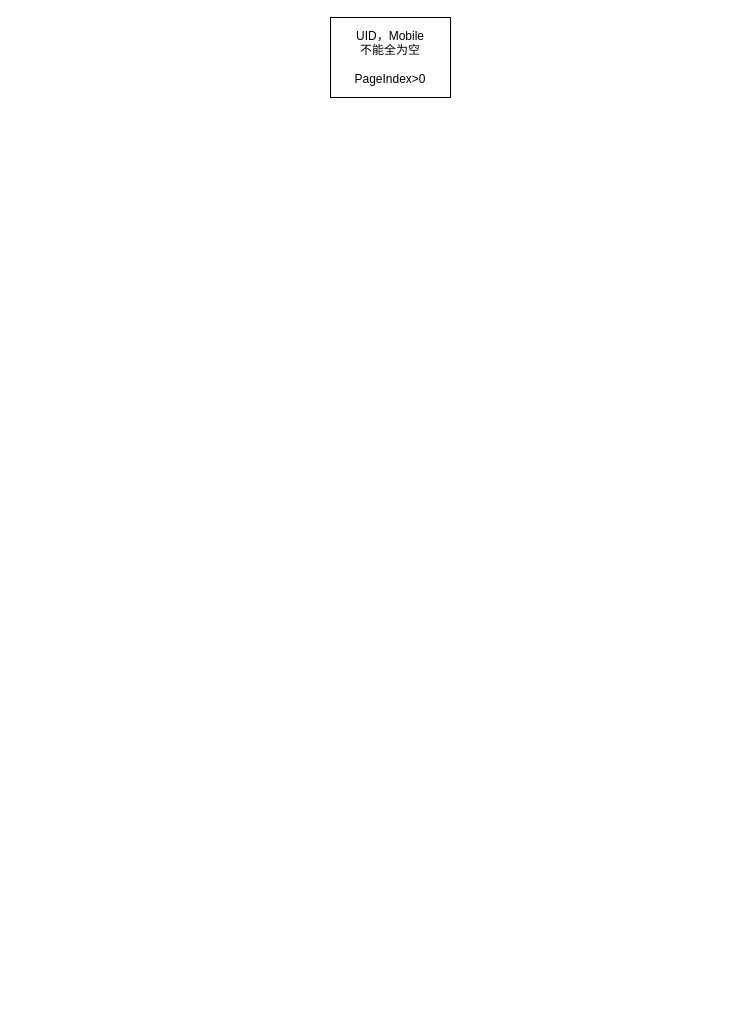
The draw.io diagram page "SearchOrder" (5 of 8) of ctrip.drawio in Echidnaaa/draw, before the edit. Source tidied: cells renumbered, new cells numbered last; positions are measured from the earlier drawing's top-left corner, leaving out a move shared by most shapes. Both pictures are drawn from the tidied source at 100%, with x=0, y=0 at pixel (330, 17).
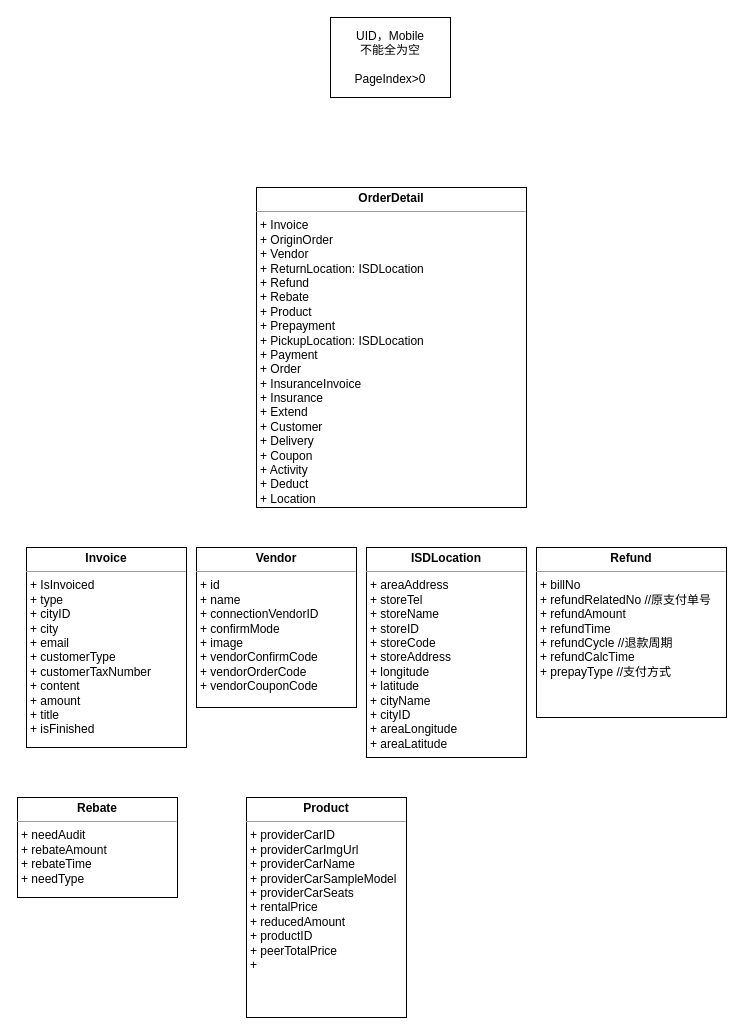
The same page after the edit.

What changed in the source:
```diff
@@
 <mxGraphModel>
   <root>
     <mxCell id="0" />
     <mxCell id="1" parent="0" />
     <mxCell id="2" value="UID，Mobile&lt;br&gt;不能全为空&lt;br&gt;&lt;br&gt;PageIndex&amp;gt;0" style="rounded=0;whiteSpace=wrap;html=1;" parent="1" vertex="1">
       <mxGeometry width="120" height="80" as="geometry" />
     </mxCell>
+    <mxCell id="3" value="&lt;p style=&quot;margin: 0px ; margin-top: 4px ; text-align: center&quot;&gt;&lt;b&gt;OrderDetail&lt;/b&gt;&lt;/p&gt;&lt;hr size=&quot;1&quot;&gt;&lt;p style=&quot;margin: 0px ; margin-left: 4px&quot;&gt;+ Invoice&lt;/p&gt;&lt;p style=&quot;margin: 0px ; margin-left: 4px&quot;&gt;+ OriginOrder&lt;br&gt;+ Vendor&lt;br&gt;+ ReturnLocation: ISDLocation&lt;/p&gt;&lt;p style=&quot;margin: 0px ; margin-left: 4px&quot;&gt;+ Refund&lt;/p&gt;&lt;p style=&quot;margin: 0px ; margin-left: 4px&quot;&gt;+ Rebate&lt;/p&gt;&lt;p style=&quot;margin: 0px ; margin-left: 4px&quot;&gt;+ Product&lt;/p&gt;&lt;p style=&quot;margin: 0px ; margin-left: 4px&quot;&gt;+ Prepayment&lt;/p&gt;&lt;p style=&quot;margin: 0px ; margin-left: 4px&quot;&gt;+ PickupLocation: ISDLocation&lt;/p&gt;&lt;p style=&quot;margin: 0px ; margin-left: 4px&quot;&gt;+ Payment&lt;/p&gt;&lt;p style=&quot;margin: 0px ; margin-left: 4px&quot;&gt;+ Order&lt;/p&gt;&lt;p style=&quot;margin: 0px ; margin-left: 4px&quot;&gt;+ InsuranceInvoice&lt;/p&gt;&lt;p style=&quot;margin: 0px ; margin-left: 4px&quot;&gt;+ Insurance&lt;/p&gt;&lt;p style=&quot;margin: 0px ; margin-left: 4px&quot;&gt;+ Extend&lt;/p&gt;&lt;p style=&quot;margin: 0px ; margin-left: 4px&quot;&gt;+ Customer&lt;/p&gt;&lt;p style=&quot;margin: 0px ; margin-left: 4px&quot;&gt;+ Delivery&lt;/p&gt;&lt;p style=&quot;margin: 0px ; margin-left: 4px&quot;&gt;+ Coupon&lt;/p&gt;&lt;p style=&quot;margin: 0px ; margin-left: 4px&quot;&gt;+ Activity&lt;/p&gt;&lt;p style=&quot;margin: 0px ; margin-left: 4px&quot;&gt;+ Deduct&lt;/p&gt;&lt;p style=&quot;margin: 0px ; margin-left: 4px&quot;&gt;+ Location&lt;/p&gt;&lt;p style=&quot;margin: 0px ; margin-left: 4px&quot;&gt;&lt;br&gt;&lt;/p&gt;" style="verticalAlign=top;align=left;overflow=fill;fontSize=12;fontFamily=Helvetica;html=1;" parent="1" vertex="1">
+      <mxGeometry x="-74" y="170" width="270" height="320" as="geometry" />
+    </mxCell>
+    <mxCell id="4" value="&lt;p style=&quot;margin: 0px ; margin-top: 4px ; text-align: center&quot;&gt;&lt;b&gt;Invoice&lt;/b&gt;&lt;/p&gt;&lt;hr size=&quot;1&quot;&gt;&lt;p style=&quot;margin: 0px ; margin-left: 4px&quot;&gt;+ IsInvoiced&lt;/p&gt;&lt;p style=&quot;margin: 0px ; margin-left: 4px&quot;&gt;+ type&lt;/p&gt;&lt;p style=&quot;margin: 0px ; margin-left: 4px&quot;&gt;+ cityID&lt;/p&gt;&lt;p style=&quot;margin: 0px ; margin-left: 4px&quot;&gt;+ city&lt;/p&gt;&lt;p style=&quot;margin: 0px ; margin-left: 4px&quot;&gt;+ email&lt;/p&gt;&lt;p style=&quot;margin: 0px ; margin-left: 4px&quot;&gt;+ customerType&lt;/p&gt;&lt;p style=&quot;margin: 0px ; margin-left: 4px&quot;&gt;+ customerTaxNumber&lt;/p&gt;&lt;p style=&quot;margin: 0px ; margin-left: 4px&quot;&gt;+ content&lt;/p&gt;&lt;p style=&quot;margin: 0px ; margin-left: 4px&quot;&gt;+ amount&lt;/p&gt;&lt;p style=&quot;margin: 0px ; margin-left: 4px&quot;&gt;+ title&lt;/p&gt;&lt;p style=&quot;margin: 0px ; margin-left: 4px&quot;&gt;+ isFinished&lt;/p&gt;" style="verticalAlign=top;align=left;overflow=fill;fontSize=12;fontFamily=Helvetica;html=1;" parent="1" vertex="1">
+      <mxGeometry x="-304" y="530" width="160" height="200" as="geometry" />
+    </mxCell>
+    <mxCell id="5" value="&lt;p style=&quot;margin: 0px ; margin-top: 4px ; text-align: center&quot;&gt;&lt;b&gt;Vendor&lt;/b&gt;&lt;/p&gt;&lt;hr size=&quot;1&quot;&gt;&lt;p style=&quot;margin: 0px ; margin-left: 4px&quot;&gt;+ id&lt;/p&gt;&lt;p style=&quot;margin: 0px ; margin-left: 4px&quot;&gt;+ name&lt;/p&gt;&lt;p style=&quot;margin: 0px ; margin-left: 4px&quot;&gt;+ connectionVendorID&lt;/p&gt;&lt;p style=&quot;margin: 0px ; margin-left: 4px&quot;&gt;+ confirmMode&lt;/p&gt;&lt;p style=&quot;margin: 0px ; margin-left: 4px&quot;&gt;+ image&lt;/p&gt;&lt;p style=&quot;margin: 0px ; margin-left: 4px&quot;&gt;+ vendorConfirmCode&lt;/p&gt;&lt;p style=&quot;margin: 0px ; margin-left: 4px&quot;&gt;+ vendorOrderCode&lt;/p&gt;&lt;p style=&quot;margin: 0px ; margin-left: 4px&quot;&gt;+ vendorCouponCode&lt;/p&gt;" style="verticalAlign=top;align=left;overflow=fill;fontSize=12;fontFamily=Helvetica;html=1;" parent="1" vertex="1">
+      <mxGeometry x="-134" y="530" width="160" height="160" as="geometry" />
+    </mxCell>
+    <mxCell id="6" value="&lt;p style=&quot;margin: 0px ; margin-top: 4px ; text-align: center&quot;&gt;&lt;b&gt;ISDLocation&lt;/b&gt;&lt;/p&gt;&lt;hr size=&quot;1&quot;&gt;&lt;p style=&quot;margin: 0px ; margin-left: 4px&quot;&gt;+ areaAddress&lt;/p&gt;&lt;p style=&quot;margin: 0px ; margin-left: 4px&quot;&gt;+ storeTel&lt;/p&gt;&lt;p style=&quot;margin: 0px ; margin-left: 4px&quot;&gt;+ storeName&lt;/p&gt;&lt;p style=&quot;margin: 0px ; margin-left: 4px&quot;&gt;+ storeID&lt;/p&gt;&lt;p style=&quot;margin: 0px ; margin-left: 4px&quot;&gt;+ storeCode&lt;/p&gt;&lt;p style=&quot;margin: 0px ; margin-left: 4px&quot;&gt;+ storeAddress&lt;/p&gt;&lt;p style=&quot;margin: 0px ; margin-left: 4px&quot;&gt;+ longitude&lt;/p&gt;&lt;p style=&quot;margin: 0px ; margin-left: 4px&quot;&gt;+ latitude&lt;/p&gt;&lt;p style=&quot;margin: 0px ; margin-left: 4px&quot;&gt;+ cityName&lt;/p&gt;&lt;p style=&quot;margin: 0px ; margin-left: 4px&quot;&gt;+ cityID&lt;/p&gt;&lt;p style=&quot;margin: 0px ; margin-left: 4px&quot;&gt;+ areaLongitude&lt;/p&gt;&lt;p style=&quot;margin: 0px ; margin-left: 4px&quot;&gt;+ areaLatitude&lt;/p&gt;" style="verticalAlign=top;align=left;overflow=fill;fontSize=12;fontFamily=Helvetica;html=1;" parent="1" vertex="1">
+      <mxGeometry x="36" y="530" width="160" height="210" as="geometry" />
+    </mxCell>
+    <mxCell id="7" value="&lt;p style=&quot;margin: 0px ; margin-top: 4px ; text-align: center&quot;&gt;&lt;b&gt;Refund&lt;/b&gt;&lt;/p&gt;&lt;hr size=&quot;1&quot;&gt;&lt;p style=&quot;margin: 0px ; margin-left: 4px&quot;&gt;+ billNo&lt;/p&gt;&lt;p style=&quot;margin: 0px ; margin-left: 4px&quot;&gt;+ refundRelatedNo //原支付单号&lt;/p&gt;&lt;p style=&quot;margin: 0px ; margin-left: 4px&quot;&gt;+ refundAmount&lt;/p&gt;&lt;p style=&quot;margin: 0px ; margin-left: 4px&quot;&gt;+ refundTime&lt;/p&gt;&lt;p style=&quot;margin: 0px ; margin-left: 4px&quot;&gt;+ refundCycle //退款周期&lt;/p&gt;&lt;p style=&quot;margin: 0px ; margin-left: 4px&quot;&gt;+ refundCalcTime&lt;/p&gt;&lt;p style=&quot;margin: 0px ; margin-left: 4px&quot;&gt;+ prepayType //支付方式&lt;/p&gt;" style="verticalAlign=top;align=left;overflow=fill;fontSize=12;fontFamily=Helvetica;html=1;" parent="1" vertex="1">
+      <mxGeometry x="206" y="530" width="190" height="170" as="geometry" />
+    </mxCell>
+    <mxCell id="8" value="&lt;p style=&quot;margin: 0px ; margin-top: 4px ; text-align: center&quot;&gt;&lt;b&gt;Rebate&lt;/b&gt;&lt;/p&gt;&lt;hr size=&quot;1&quot;&gt;&lt;p style=&quot;margin: 0px ; margin-left: 4px&quot;&gt;+ needAudit&lt;/p&gt;&lt;p style=&quot;margin: 0px ; margin-left: 4px&quot;&gt;+ rebateAmount&lt;/p&gt;&lt;p style=&quot;margin: 0px ; margin-left: 4px&quot;&gt;+ rebateTime&lt;/p&gt;&lt;p style=&quot;margin: 0px ; margin-left: 4px&quot;&gt;+ needType&lt;/p&gt;&lt;p style=&quot;margin: 0px ; margin-left: 4px&quot;&gt;&lt;br&gt;&lt;/p&gt;" style="verticalAlign=top;align=left;overflow=fill;fontSize=12;fontFamily=Helvetica;html=1;" parent="1" vertex="1">
+      <mxGeometry x="-313" y="780" width="160" height="100" as="geometry" />
+    </mxCell>
+    <mxCell id="9" value="&lt;p style=&quot;margin: 0px ; margin-top: 4px ; text-align: center&quot;&gt;&lt;b&gt;Product&lt;/b&gt;&lt;/p&gt;&lt;hr size=&quot;1&quot;&gt;&lt;p style=&quot;margin: 0px ; margin-left: 4px&quot;&gt;+ providerCarID&lt;/p&gt;&lt;p style=&quot;margin: 0px ; margin-left: 4px&quot;&gt;+ providerCarImgUrl&lt;/p&gt;&lt;p style=&quot;margin: 0px ; margin-left: 4px&quot;&gt;+ providerCarName&lt;/p&gt;&lt;p style=&quot;margin: 0px ; margin-left: 4px&quot;&gt;+ providerCarSampleModel&lt;/p&gt;&lt;p style=&quot;margin: 0px ; margin-left: 4px&quot;&gt;+ providerCarSeats&lt;/p&gt;&lt;p style=&quot;margin: 0px ; margin-left: 4px&quot;&gt;+ rentalPrice&lt;/p&gt;&lt;p style=&quot;margin: 0px ; margin-left: 4px&quot;&gt;+ reducedAmount&lt;/p&gt;&lt;p style=&quot;margin: 0px ; margin-left: 4px&quot;&gt;+ productID&lt;/p&gt;&lt;p style=&quot;margin: 0px ; margin-left: 4px&quot;&gt;+ peerTotalPrice&lt;/p&gt;&lt;p style=&quot;margin: 0px ; margin-left: 4px&quot;&gt;+&amp;nbsp;&lt;/p&gt;" style="verticalAlign=top;align=left;overflow=fill;fontSize=12;fontFamily=Helvetica;html=1;" parent="1" vertex="1">
+      <mxGeometry x="-84" y="780" width="160" height="220" as="geometry" />
+    </mxCell>
   </root>
 </mxGraphModel>
```
